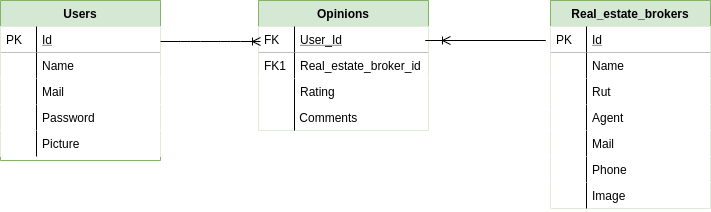
Before: logic_diagram.png, a diagram exported from draw.io (psotose/proyecto_final_G28). Source tidied: cells renumbered, new cells last; positions are measured from the earlier drawing's top-left corner, leaving out a move shared by most shapes.
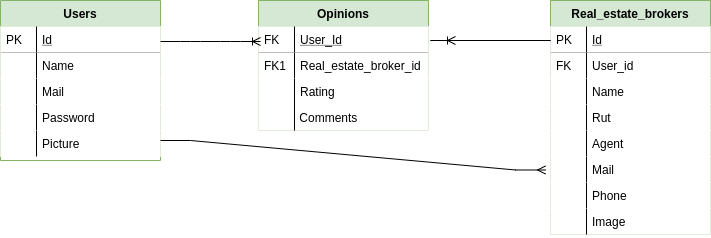
After the change.

Commit message:
update on logic diagram and heroku name

What changed in the source:
```diff
@@ -57,7 +57,7 @@
       <mxGeometry width="36" height="52" as="geometry" />
     </mxCell>
     <mxCell id="20" value="Real_estate_brokers" style="swimlane;fontStyle=1;horizontal=1;startSize=26;rounded=0;shadow=0;strokeWidth=1;fillColor=#d5e8d4;strokeColor=#82b366;" parent="1" vertex="1">
-      <mxGeometry x="550" width="160" height="208" as="geometry" />
+      <mxGeometry x="550" width="160" height="234" as="geometry" />
     </mxCell>
     <mxCell id="21" value="Id" style="shape=partialRectangle;top=0;left=0;right=0;bottom=1;align=left;verticalAlign=top;spacingLeft=40;spacingRight=4;overflow=hidden;rounded=0;shadow=0;strokeWidth=1;fontStyle=4;" parent="20" vertex="1">
       <mxGeometry y="26" width="160" height="26" as="geometry" />
@@ -65,38 +65,44 @@
     <mxCell id="22" value="PK" style="shape=partialRectangle;top=0;left=0;bottom=0;fillColor=none;align=left;verticalAlign=top;spacingLeft=4;spacingRight=4;overflow=hidden;" parent="21" vertex="1">
       <mxGeometry width="36" height="26" as="geometry" />
     </mxCell>
+    <mxCell id="38" value="User_id" style="shape=partialRectangle;top=0;left=0;right=0;bottom=0;align=left;verticalAlign=top;spacingLeft=40;spacingRight=4;overflow=hidden;rounded=0;shadow=0;strokeWidth=1;" parent="20" vertex="1">
+      <mxGeometry y="52" width="160" height="26" as="geometry" />
+    </mxCell>
+    <mxCell id="39" value="FK" style="shape=partialRectangle;top=0;left=0;bottom=0;fillColor=none;align=left;verticalAlign=top;spacingLeft=4;spacingRight=4;overflow=hidden;" parent="38" vertex="1">
+      <mxGeometry width="36" height="26" as="geometry" />
+    </mxCell>
     <mxCell id="23" value="Name" style="shape=partialRectangle;top=0;left=0;right=0;bottom=0;align=left;verticalAlign=top;spacingLeft=40;spacingRight=4;overflow=hidden;rounded=0;shadow=0;strokeWidth=1;" parent="20" vertex="1">
-      <mxGeometry y="52" width="160" height="26" as="geometry" />
+      <mxGeometry y="78" width="160" height="26" as="geometry" />
     </mxCell>
     <mxCell id="24" style="shape=partialRectangle;top=0;left=0;bottom=0;fillColor=none;align=left;verticalAlign=top;spacingLeft=4;spacingRight=4;overflow=hidden;" parent="23" vertex="1">
       <mxGeometry width="36" height="26" as="geometry" />
     </mxCell>
     <mxCell id="25" value="Rut" style="shape=partialRectangle;top=0;left=0;right=0;bottom=0;align=left;verticalAlign=top;spacingLeft=40;spacingRight=4;overflow=hidden;rounded=0;shadow=0;strokeWidth=1;" parent="20" vertex="1">
-      <mxGeometry y="78" width="160" height="26" as="geometry" />
+      <mxGeometry y="104" width="160" height="26" as="geometry" />
     </mxCell>
     <mxCell id="26" style="shape=partialRectangle;top=0;left=0;bottom=0;fillColor=none;align=left;verticalAlign=top;spacingLeft=4;spacingRight=4;overflow=hidden;" parent="25" vertex="1">
       <mxGeometry width="36" height="26" as="geometry" />
     </mxCell>
     <mxCell id="27" value="Agent" style="shape=partialRectangle;top=0;left=0;right=0;bottom=0;align=left;verticalAlign=top;spacingLeft=40;spacingRight=4;overflow=hidden;rounded=0;shadow=0;strokeWidth=1;" parent="20" vertex="1">
-      <mxGeometry y="104" width="160" height="26" as="geometry" />
+      <mxGeometry y="130" width="160" height="26" as="geometry" />
     </mxCell>
     <mxCell id="28" style="shape=partialRectangle;top=0;left=0;bottom=0;fillColor=none;align=left;verticalAlign=top;spacingLeft=4;spacingRight=4;overflow=hidden;" parent="27" vertex="1">
       <mxGeometry width="36" height="26" as="geometry" />
     </mxCell>
     <mxCell id="29" value="Mail" style="shape=partialRectangle;top=0;left=0;right=0;bottom=0;align=left;verticalAlign=top;spacingLeft=40;spacingRight=4;overflow=hidden;points=[[0,0.5],[1,0.5]];portConstraint=eastwest;rounded=0;shadow=0;strokeWidth=1;" parent="20" vertex="1">
-      <mxGeometry y="130" width="160" height="26" as="geometry" />
+      <mxGeometry y="156" width="160" height="26" as="geometry" />
     </mxCell>
     <mxCell id="30" style="shape=partialRectangle;top=0;left=0;bottom=0;fillColor=none;align=left;verticalAlign=top;spacingLeft=4;spacingRight=4;overflow=hidden;" parent="29" vertex="1">
       <mxGeometry width="36" height="26" as="geometry" />
     </mxCell>
     <mxCell id="31" value="Phone" style="shape=partialRectangle;top=0;left=0;right=0;bottom=0;align=left;verticalAlign=top;spacingLeft=40;spacingRight=4;overflow=hidden;rounded=0;shadow=0;strokeWidth=1;" parent="20" vertex="1">
-      <mxGeometry y="156" width="160" height="26" as="geometry" />
+      <mxGeometry y="182" width="160" height="26" as="geometry" />
     </mxCell>
     <mxCell id="32" style="shape=partialRectangle;top=0;left=0;bottom=0;fillColor=none;align=left;verticalAlign=top;spacingLeft=4;spacingRight=4;overflow=hidden;" parent="31" vertex="1">
       <mxGeometry width="36" height="26" as="geometry" />
     </mxCell>
     <mxCell id="33" value="Image" style="shape=partialRectangle;top=0;left=0;right=0;bottom=0;align=left;verticalAlign=top;spacingLeft=40;spacingRight=4;overflow=hidden;rounded=0;shadow=0;strokeWidth=1;" parent="20" vertex="1">
-      <mxGeometry y="182" width="160" height="26" as="geometry" />
+      <mxGeometry y="208" width="160" height="26" as="geometry" />
     </mxCell>
     <mxCell id="34" style="shape=partialRectangle;top=0;left=0;bottom=0;fillColor=none;align=left;verticalAlign=top;spacingLeft=4;spacingRight=4;overflow=hidden;" parent="33" vertex="1">
       <mxGeometry width="36" height="26" as="geometry" />
@@ -112,9 +118,14 @@
     </mxCell>
     <mxCell id="37" style="edgeStyle=entityRelationEdgeStyle;fontSize=12;html=1;endArrow=ERoneToMany;" parent="1" edge="1">
       <mxGeometry relative="1" as="geometry">
-        <mxPoint x="520" y="40" as="sourcePoint" />
-        <mxPoint x="450" y="40" as="targetPoint" />
+        <mxPoint x="525" y="40" as="sourcePoint" />
+        <mxPoint x="455" y="40" as="targetPoint" />
       </mxGeometry>
     </mxCell>
+    <mxCell id="40" style="edgeStyle=entityRelationEdgeStyle;fontSize=12;html=1;endArrow=ERmany;rounded=0;entryX=-0.031;entryY=0.519;entryDx=0;entryDy=0;entryPerimeter=0;" parent="1" edge="1" target="29">
+      <mxGeometry relative="1" as="geometry">
+        <mxPoint x="160" y="140" as="sourcePoint" />
+      </mxGeometry>
+    </mxCell>
   </root>
 </mxGraphModel>
```
